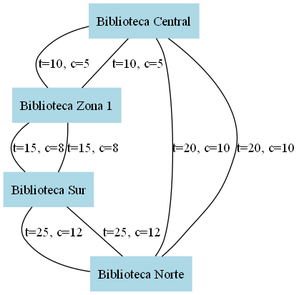
This is graficos/RedBibliotecas.png from MadelaynePerez/BibliotecaMagica, a Graphviz export, as it was before one commit. Its source is kept beside it as graficos/RedBibliotecas.dot. Its diagram source:
```dot
graph RedBibliotecas {
node [shape=box, style=filled, color=lightblue];
"Biblioteca Central" -- "Biblioteca Zona 1" [label="t=10, c=5"];
"Biblioteca Central" -- "Biblioteca Norte" [label="t=20, c=10"];
"Biblioteca Zona 1" -- "Biblioteca Central" [label="t=10, c=5"];
"Biblioteca Zona 1" -- "Biblioteca Sur" [label="t=15, c=8"];
"Biblioteca Norte" -- "Biblioteca Central" [label="t=20, c=10"];
"Biblioteca Norte" -- "Biblioteca Sur" [label="t=25, c=12"];
"Biblioteca Sur" -- "Biblioteca Zona 1" [label="t=15, c=8"];
"Biblioteca Sur" -- "Biblioteca Norte" [label="t=25, c=12"];
}
```
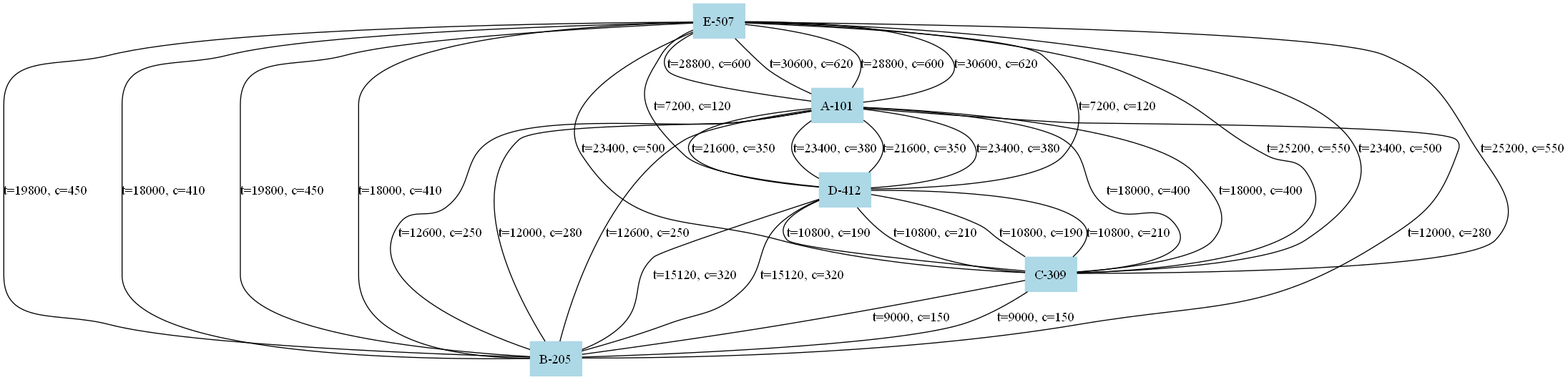
The same file after the commit.

Diff of the diagram source:
```diff
@@ -1,11 +1,35 @@
 graph RedBibliotecas {
 node [shape=box, style=filled, color=lightblue];
-"Biblioteca Central" -- "Biblioteca Zona 1" [label="t=10, c=5"];
-"Biblioteca Central" -- "Biblioteca Norte" [label="t=20, c=10"];
-"Biblioteca Zona 1" -- "Biblioteca Central" [label="t=10, c=5"];
-"Biblioteca Zona 1" -- "Biblioteca Sur" [label="t=15, c=8"];
-"Biblioteca Norte" -- "Biblioteca Central" [label="t=20, c=10"];
-"Biblioteca Norte" -- "Biblioteca Sur" [label="t=25, c=12"];
-"Biblioteca Sur" -- "Biblioteca Zona 1" [label="t=15, c=8"];
-"Biblioteca Sur" -- "Biblioteca Norte" [label="t=25, c=12"];
+"E-507" -- "A-101" [label="t=28800, c=600"];
+"E-507" -- "B-205" [label="t=19800, c=450"];
+"E-507" -- "C-309" [label="t=25200, c=550"];
+"E-507" -- "D-412" [label="t=7200, c=120"];
+"E-507" -- "A-101" [label="t=30600, c=620"];
+"E-507" -- "B-205" [label="t=18000, c=410"];
+"E-507" -- "C-309" [label="t=23400, c=500"];
+"C-309" -- "A-101" [label="t=18000, c=400"];
+"C-309" -- "B-205" [label="t=9000, c=150"];
+"C-309" -- "D-412" [label="t=10800, c=210"];
+"C-309" -- "E-507" [label="t=25200, c=550"];
+"C-309" -- "D-412" [label="t=10800, c=190"];
+"C-309" -- "E-507" [label="t=23400, c=500"];
+"B-205" -- "A-101" [label="t=12600, c=250"];
+"B-205" -- "A-101" [label="t=12000, c=280"];
+"B-205" -- "D-412" [label="t=15120, c=320"];
+"B-205" -- "E-507" [label="t=19800, c=450"];
+"B-205" -- "C-309" [label="t=9000, c=150"];
+"B-205" -- "E-507" [label="t=18000, c=410"];
+"A-101" -- "B-205" [label="t=12600, c=250"];
+"A-101" -- "C-309" [label="t=18000, c=400"];
+"A-101" -- "D-412" [label="t=21600, c=350"];
+"A-101" -- "E-507" [label="t=28800, c=600"];
+"A-101" -- "B-205" [label="t=12000, c=280"];
+"A-101" -- "D-412" [label="t=23400, c=380"];
+"A-101" -- "E-507" [label="t=30600, c=620"];
+"D-412" -- "A-101" [label="t=21600, c=350"];
+"D-412" -- "B-205" [label="t=15120, c=320"];
+"D-412" -- "C-309" [label="t=10800, c=210"];
+"D-412" -- "A-101" [label="t=23400, c=380"];
+"D-412" -- "C-309" [label="t=10800, c=190"];
+"D-412" -- "E-507" [label="t=7200, c=120"];
 }
```
